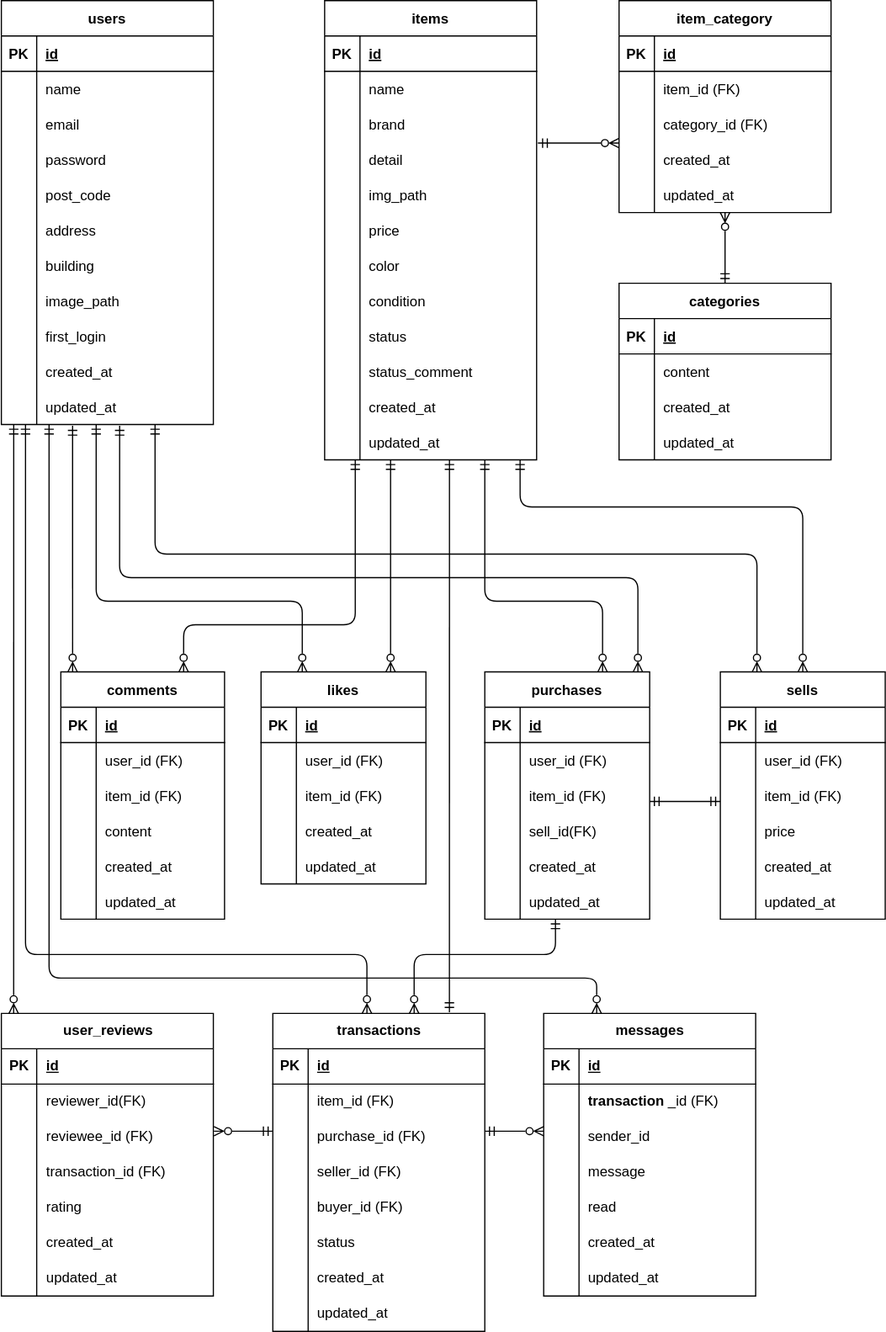
dq-myk/flea-market-app keeps this draw.io diagram as src/pro-test_ER.drawio.svg. Above is the earlier version. Source tidied: cells renumbered, new cells last; positions are measured from the earlier drawing's top-left corner, leaving out a move shared by most shapes.
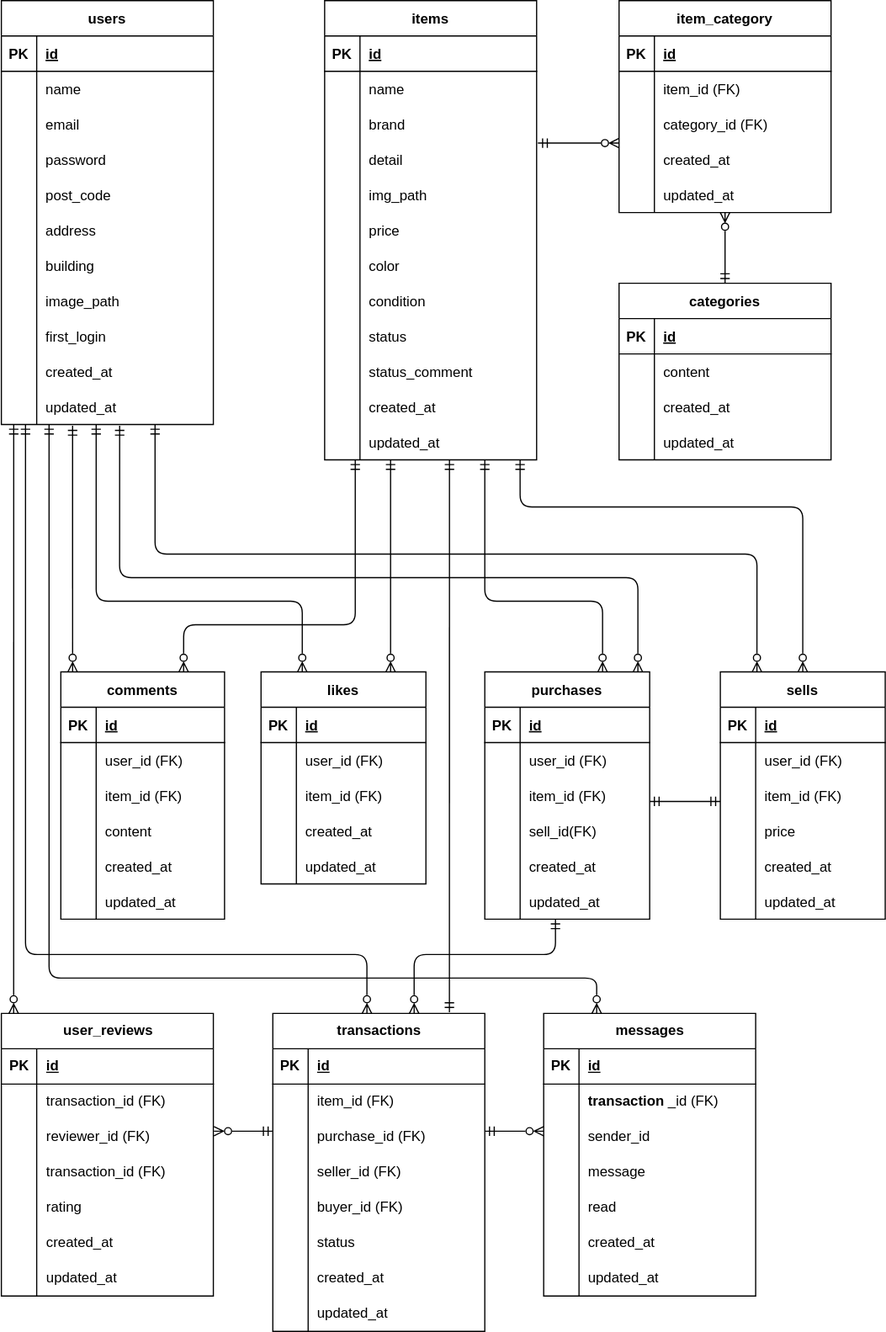
Above is the later version.

Commit message:
MessageController.php不要記述削除

Diff of the diagram source:
```diff
@@ -596,7 +596,7 @@
     <mxCell id="188" style="shape=partialRectangle;fillColor=none;top=0;left=0;bottom=0;right=0;overflow=hidden;whiteSpace=wrap;html=1;" parent="187" vertex="1">
       <mxGeometry width="30" height="30" as="geometry" />
     </mxCell>
-    <mxCell id="189" value="&lt;span style=&quot;color: rgb(0, 0, 0); text-wrap-mode: nowrap;&quot;&gt;reviewer_id(FK)&lt;/span&gt;" style="shape=partialRectangle;fillColor=none;top=0;left=0;bottom=0;right=0;align=left;spacingLeft=6;overflow=hidden;whiteSpace=wrap;html=1;" parent="187" vertex="1">
+    <mxCell id="189" value="&lt;span style=&quot;color: rgb(0, 0, 0);&quot;&gt;transaction_id&lt;/span&gt;&lt;span style=&quot;text-wrap-mode: nowrap; color: rgb(0, 0, 0);&quot;&gt;(FK)&lt;/span&gt;" style="shape=partialRectangle;fillColor=none;top=0;left=0;bottom=0;right=0;align=left;spacingLeft=6;overflow=hidden;whiteSpace=wrap;html=1;" parent="187" vertex="1">
       <mxGeometry x="30" width="150" height="30" as="geometry" />
     </mxCell>
     <mxCell id="190" style="shape=tableRow;horizontal=0;startSize=0;swimlaneHead=0;swimlaneBody=0;fillColor=none;top=0;left=0;right=0;bottom=0;" parent="183" vertex="1">
@@ -605,7 +605,7 @@
     <mxCell id="191" style="shape=partialRectangle;fillColor=none;top=0;left=0;bottom=0;right=0;overflow=hidden;whiteSpace=wrap;html=1;" parent="190" vertex="1">
       <mxGeometry width="30" height="30" as="geometry" />
     </mxCell>
-    <mxCell id="192" value="&lt;span style=&quot;color: rgb(0, 0, 0);&quot;&gt;reviewee_id&lt;/span&gt;&lt;span style=&quot;text-wrap-mode: nowrap; color: rgb(0, 0, 0);&quot;&gt;(FK)&lt;/span&gt;" style="shape=partialRectangle;fillColor=none;top=0;left=0;bottom=0;right=0;align=left;spacingLeft=6;overflow=hidden;whiteSpace=wrap;html=1;" parent="190" vertex="1">
+    <mxCell id="192" value="&lt;span style=&quot;color: rgb(0, 0, 0);&quot;&gt;reviewer_id&lt;/span&gt;&lt;span style=&quot;text-wrap-mode: nowrap; color: rgb(0, 0, 0);&quot;&gt;(FK)&lt;/span&gt;" style="shape=partialRectangle;fillColor=none;top=0;left=0;bottom=0;right=0;align=left;spacingLeft=6;overflow=hidden;whiteSpace=wrap;html=1;" parent="190" vertex="1">
       <mxGeometry x="30" width="150" height="30" as="geometry" />
     </mxCell>
     <mxCell id="193" style="shape=tableRow;horizontal=0;startSize=0;swimlaneHead=0;swimlaneBody=0;fillColor=none;top=0;left=0;right=0;bottom=0;" parent="183" vertex="1">
```
